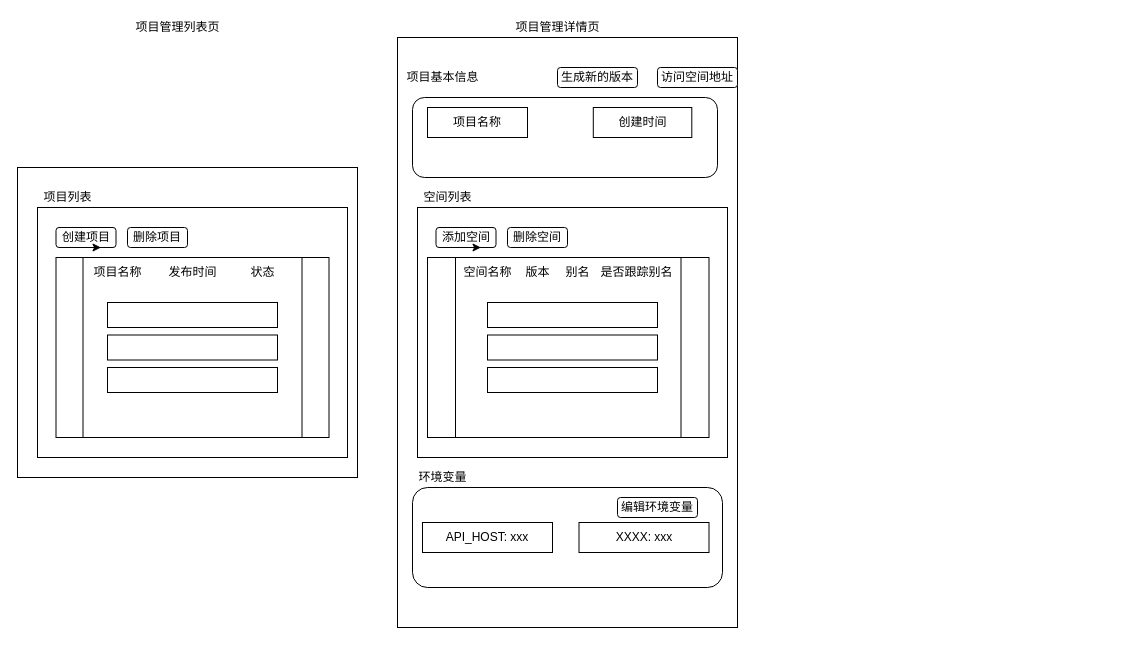
Earlier version of the draw.io diagram ui.drawio (yunqiangwu/fe-pipeline). Source tidied: cells renumbered, new cells numbered last; positions are measured from the earlier drawing's top-left corner, leaving out a move shared by most shapes. Both pictures are drawn from the tidied source at 100%, with x=0, y=0 at pixel (17, 17).
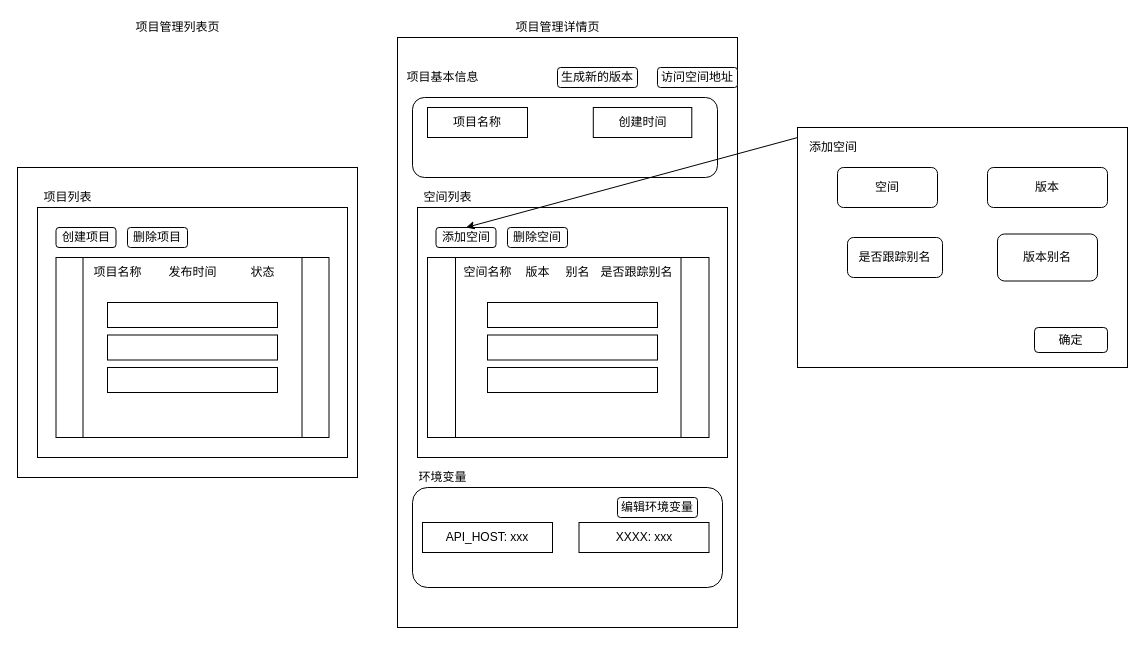
After the change.

The change refers to these unchanged cells:
```xml
<mxCell id="6" value="添加空间" style="rounded=1;whiteSpace=wrap;html=1;" parent="1" vertex="1">
  <mxGeometry x="418.5" y="210" width="60" height="20" as="geometry" />
</mxCell>
<mxCell id="31" value="创建项目" style="rounded=1;whiteSpace=wrap;html=1;" parent="1" vertex="1">
  <mxGeometry x="38.5" y="210" width="60" height="20" as="geometry" />
</mxCell>
```

What changed in the source:
```diff
@@
-    <mxCell id="14" style="edgeStyle=orthogonalEdgeStyle;rounded=0;orthogonalLoop=1;jettySize=auto;html=1;exitX=0.5;exitY=1;exitDx=0;exitDy=0;entryX=0.75;entryY=1;entryDx=0;entryDy=0;" parent="1" edge="1" source="6" target="6">
-      <mxGeometry relative="1" as="geometry" />
-    </mxCell>
@@
-    <mxCell id="39" style="edgeStyle=orthogonalEdgeStyle;rounded=0;orthogonalLoop=1;jettySize=auto;html=1;exitX=0.5;exitY=1;exitDx=0;exitDy=0;entryX=0.75;entryY=1;entryDx=0;entryDy=0;" parent="1" edge="1" source="31" target="31">
-      <mxGeometry relative="1" as="geometry" />
-    </mxCell>
@@
+    <mxCell id="42" style="rounded=0;whiteSpace=wrap;html=1;" parent="1" vertex="1">
+      <mxGeometry x="780" y="110" width="330" height="240" as="geometry" />
+    </mxCell>
+    <mxCell id="43" style="endArrow=classic;html=1;exitX=0;exitY=0.042;exitDx=0;exitDy=0;exitPerimeter=0;entryX=0.5;entryY=0;entryDx=0;entryDy=0;" parent="1" edge="1" source="42" target="6">
+      <mxGeometry relative="1" as="geometry" />
+    </mxCell>
+    <mxCell id="44" value="添加空间" style="text;html=1;align=left;verticalAlign=top;spacingTop=-4;" parent="1" vertex="1">
+      <mxGeometry x="790" y="120" width="60" height="20" as="geometry" />
+    </mxCell>
+    <mxCell id="45" value="版本别名" style="rounded=1;whiteSpace=wrap;html=1;" parent="1" vertex="1">
+      <mxGeometry x="980" y="216.5" width="100" height="47" as="geometry" />
+    </mxCell>
+    <mxCell id="46" value="空间" style="rounded=1;whiteSpace=wrap;html=1;" parent="1" vertex="1">
+      <mxGeometry x="820" y="150" width="100" height="40" as="geometry" />
+    </mxCell>
+    <mxCell id="47" value="版本" style="rounded=1;whiteSpace=wrap;html=1;" parent="1" vertex="1">
+      <mxGeometry x="970" y="150" width="120" height="40" as="geometry" />
+    </mxCell>
+    <mxCell id="48" value="是否跟踪别名" style="rounded=1;whiteSpace=wrap;html=1;" parent="1" vertex="1">
+      <mxGeometry x="830" y="220" width="95" height="40" as="geometry" />
+    </mxCell>
+    <mxCell id="49" value="确定" style="rounded=1;whiteSpace=wrap;html=1;" parent="1" vertex="1">
+      <mxGeometry x="1017" y="310" width="73" height="25" as="geometry" />
+    </mxCell>
```
